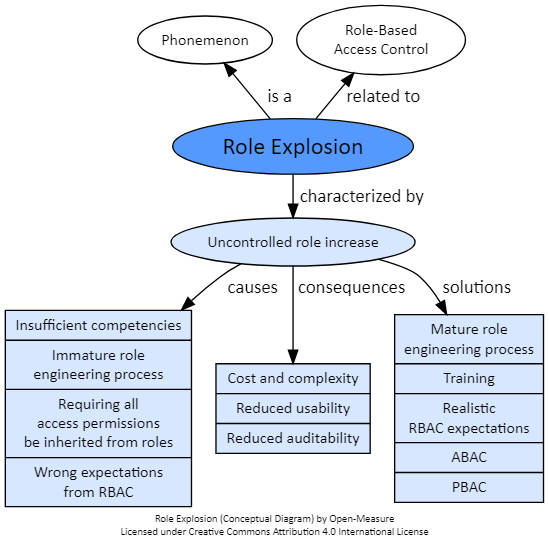
Open-Measure/Graphviz-Models keeps this Graphviz diagram as Dictionary/role-explosion.png. Above is the earlier version. Its source is kept beside it as Dictionary/role-explosion.gv.
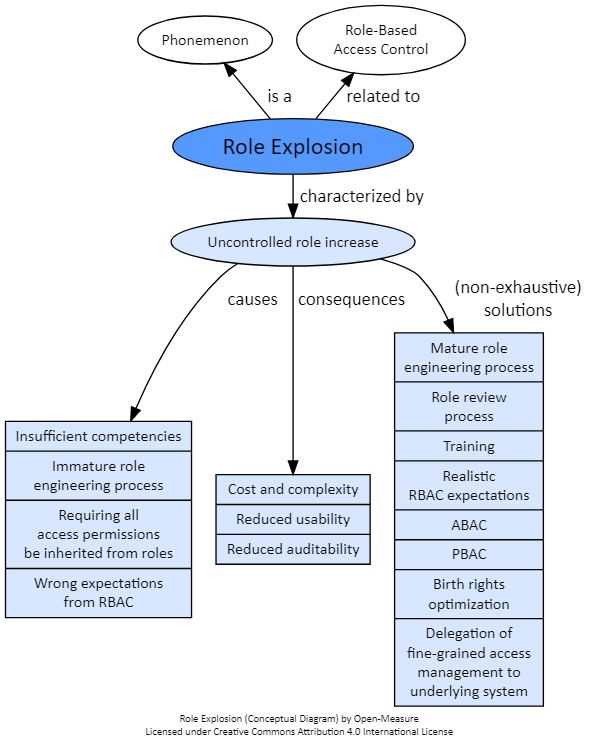
After the commit.

Commit message:
role-explosion

Diff of the diagram source:
```diff
@@ -27,7 +27,7 @@
 	n_causes [label="{Insufficient competencies|Immature role\nengineering process|Requiring all\naccess permissions\nbe inherited from roles|Wrong expectations\nfrom RBAC}", shape="record", color="black", fontcolor="black"];
 	n_uncontrolled -> n_consequences [weight=10, label="  consequences  "];
 	n_consequences [label="{Cost and complexity|Reduced usability|Reduced auditability}", shape="record", color="black", fontcolor="black"];
-	n_uncontrolled -> n_solutions [weight=10, label="  solutions  "];
-	n_solutions [label="{Mature role\nengineering process|Training|Realistic\nRBAC expectations|ABAC|PBAC}", shape="record", color="black", fontcolor="black"];
+	n_uncontrolled -> n_solutions [weight=10, label="  (non-exhaustive)  \n  solutions  "];
+	n_solutions [label="{Mature role\nengineering process|Role review\nprocess|Training|Realistic\nRBAC expectations|ABAC|PBAC|Birth rights\noptimization|Delegation of\nfine-grained access\nmanagement to\nunderlying system}", shape="record", color="black", fontcolor="black"];
 
 }
```
